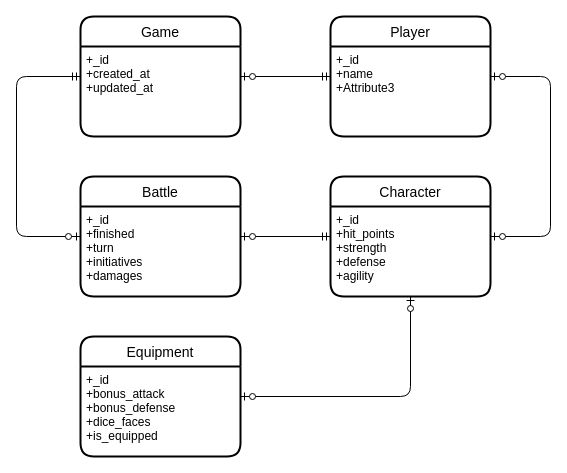
This is page "ERD" (1 of 2) of TBRPG Diagrams.drawio from thbighead/turn-based-rpg, a draw.io file, before an edit. Source tidied: cells renumbered, new cells numbered last; positions are measured from the earlier drawing's top-left corner, leaving out a move shared by most shapes. Both pictures are drawn from the tidied source at 100%, with x=0, y=0 at pixel (16, 16).
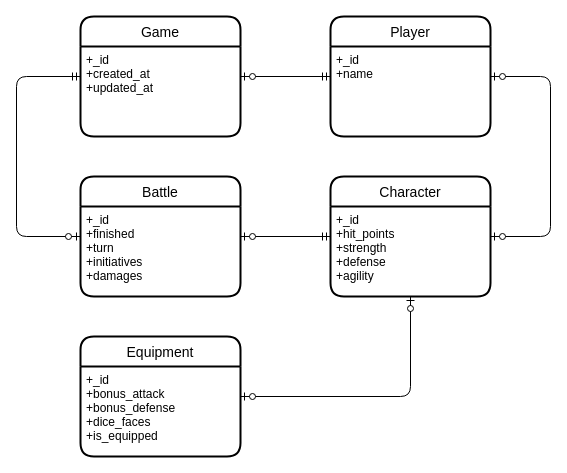
The same page after the edit.

Commit message:
Update Diagrams: removing not used attribute

Unchanged cells that the change refers to:
```xml
<mxCell id="9" value="Player" style="swimlane;horizontal=1;startSize=30;rounded=1;fontSize=14;fontStyle=0;strokeWidth=2;shadow=0;dashed=0;align=center;" parent="1" vertex="1">
  <mxGeometry x="314" width="160" height="120" as="geometry" />
</mxCell>
```

What changed in the source:
```diff
@@
-    <mxCell id="10" value="+_id&#10;+name&#10;+Attribute3" style="align=left;strokeColor=none;fillColor=none;spacingLeft=4;fontSize=12;verticalAlign=top;" parent="9" vertex="1">
+    <mxCell id="10" value="+_id&#10;+name" style="align=left;strokeColor=none;fillColor=none;spacingLeft=4;fontSize=12;verticalAlign=top;" parent="9" vertex="1">
       <mxGeometry y="30" width="160" height="90" as="geometry" />
     </mxCell>
```
